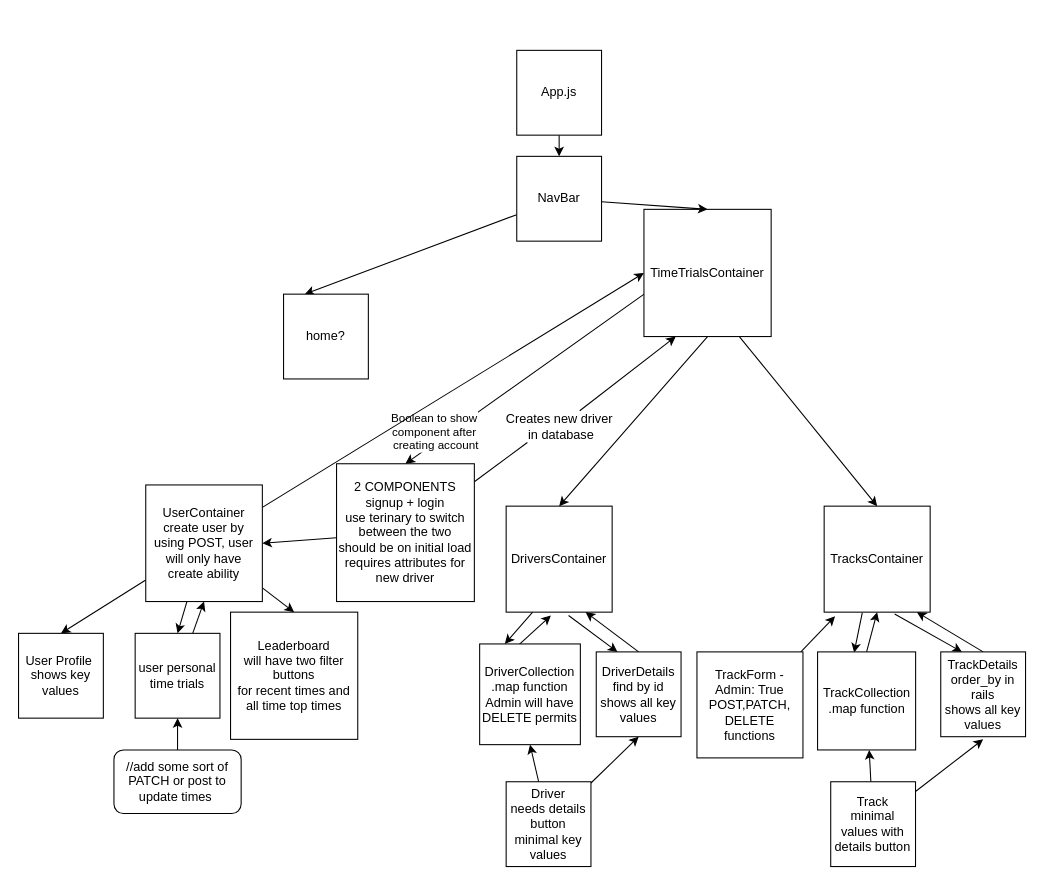
This is src/components/wireframe.drawio from Makomanix/phase-4-frontend-project, a draw.io file, before an edit. Source tidied: cells renumbered, new cells numbered last; positions are measured from the earlier drawing's top-left corner, leaving out a move shared by most shapes. Both pictures are drawn from the tidied source at 106%, with x=0, y=0 at pixel (18, 50).
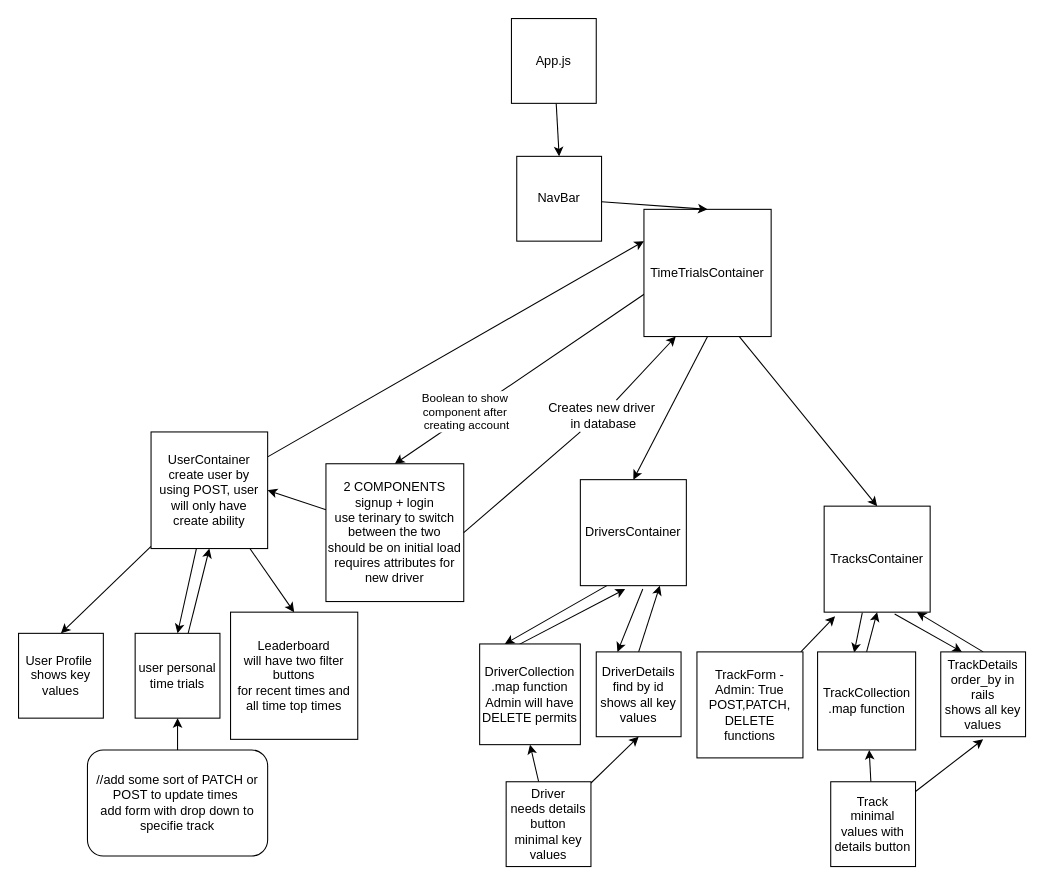
The same page after the edit.

Commit message (it also covers changes not shown here):
finished form

The change refers to these unchanged cells:
```xml
<mxCell id="6" style="edgeStyle=none;html=1;entryX=0.5;entryY=0;entryDx=0;entryDy=0;exitX=0.004;exitY=0.665;exitDx=0;exitDy=0;exitPerimeter=0;" parent="1" edge="1" source="8" target="46">
  <mxGeometry relative="1" as="geometry" />
</mxCell>
<mxCell id="8" value="TimeTrialsContainer" style="whiteSpace=wrap;html=1;" parent="1" vertex="1">
  <mxGeometry x="590" y="150" width="120" height="120" as="geometry" />
</mxCell>
<mxCell id="11" value="NavBar" style="whiteSpace=wrap;html=1;" parent="1" vertex="1">
  <mxGeometry x="470" y="100" width="80" height="80" as="geometry" />
</mxCell>
```

What changed in the source:
```diff
@@
     <mxCell id="3" value="App.js&lt;br&gt;" style="whiteSpace=wrap;html=1;" parent="1" vertex="1">
-      <mxGeometry x="470" width="80" height="80" as="geometry" />
+      <mxGeometry x="465" y="-30" width="80" height="80" as="geometry" />
     </mxCell>
@@
     <mxCell id="7" value="Boolean to show &lt;br&gt;component after&lt;br&gt;&amp;nbsp;creating account" style="edgeLabel;html=1;align=center;verticalAlign=middle;" parent="6" vertex="1">
       <mxGeometry x="0.81" y="2" relative="1" as="geometry">
-        <mxPoint x="4" y="-17" as="offset" />
+        <mxPoint x="42" y="-36" as="offset" />
       </mxGeometry>
     </mxCell>
@@
-    <mxCell id="10" style="edgeStyle=none;html=1;entryX=0.25;entryY=0;entryDx=0;entryDy=0;" parent="1" edge="1" source="11" target="42">
-      <mxGeometry relative="1" as="geometry" />
-    </mxCell>
@@
-    <mxCell id="15" style="edgeStyle=none;html=1;entryX=0;entryY=0.5;entryDx=0;entryDy=0;" parent="1" edge="1" source="16" target="8">
+    <mxCell id="15" style="edgeStyle=none;html=1;entryX=0;entryY=0.25;entryDx=0;entryDy=0;" parent="1" edge="1" source="16" target="8">
       <mxGeometry relative="1" as="geometry" />
     </mxCell>
     <mxCell id="16" value="UserContainer&lt;br&gt;create user by using POST, user will only have create ability" style="whiteSpace=wrap;html=1;" parent="1" vertex="1">
-      <mxGeometry x="120" y="410" width="110" height="110" as="geometry" />
+      <mxGeometry x="125" y="360" width="110" height="110" as="geometry" />
     </mxCell>
@@
     <mxCell id="19" value="DriversContainer" style="whiteSpace=wrap;html=1;" parent="1" vertex="1">
-      <mxGeometry x="460" y="430" width="100" height="100" as="geometry" />
+      <mxGeometry x="530" y="405" width="100" height="100" as="geometry" />
     </mxCell>
@@
-    <mxCell id="42" value="home?" style="whiteSpace=wrap;html=1;" parent="1" vertex="1">
-      <mxGeometry x="250" y="230" width="80" height="80" as="geometry" />
-    </mxCell>
@@
     <mxCell id="46" value="2 COMPONENTS&lt;br&gt;signup + login&lt;br&gt;use terinary to switch between the two&lt;br&gt;should be on initial load&lt;br&gt;requires attributes for new driver" style="whiteSpace=wrap;html=1;" parent="1" vertex="1">
-      <mxGeometry x="300" y="390" width="130" height="130" as="geometry" />
+      <mxGeometry x="290" y="390" width="130" height="130" as="geometry" />
     </mxCell>
@@
-    <mxCell id="48" value="//add some sort of PATCH or post to update times&amp;nbsp;" style="rounded=1;whiteSpace=wrap;html=1;" parent="1" vertex="1">
-      <mxGeometry x="90" y="660" width="120" height="60" as="geometry" />
+    <mxCell id="48" value="//add some sort of PATCH or POST to update times&amp;nbsp;&lt;br&gt;add form with drop down to specifie track" style="rounded=1;whiteSpace=wrap;html=1;" parent="1" vertex="1">
+      <mxGeometry x="65" y="660" width="170" height="100" as="geometry" />
     </mxCell>
     <mxCell id="49" value="Creates new driver&lt;br&gt;&amp;nbsp;in database" style="text;html=1;align=center;verticalAlign=middle;points=[];strokeColor=none;fillColor=none;" parent="1" vertex="1">
-      <mxGeometry x="450" y="340" width="120" height="30" as="geometry" />
+      <mxGeometry x="490" y="330" width="120" height="30" as="geometry" />
     </mxCell>
-    <mxCell id="50" style="edgeStyle=none;html=1;entryX=0.25;entryY=1;entryDx=0;entryDy=0;endArrow=none;" parent="1" edge="1" source="46" target="49">
-      <mxGeometry relative="1" as="geometry" />
+    <mxCell id="50" style="edgeStyle=none;html=1;endArrow=none;exitX=1;exitY=0.5;exitDx=0;exitDy=0;" parent="1" edge="1" source="46">
+      <mxGeometry relative="1" as="geometry">
+        <mxPoint x="530" y="360" as="targetPoint" />
+      </mxGeometry>
     </mxCell>
```
